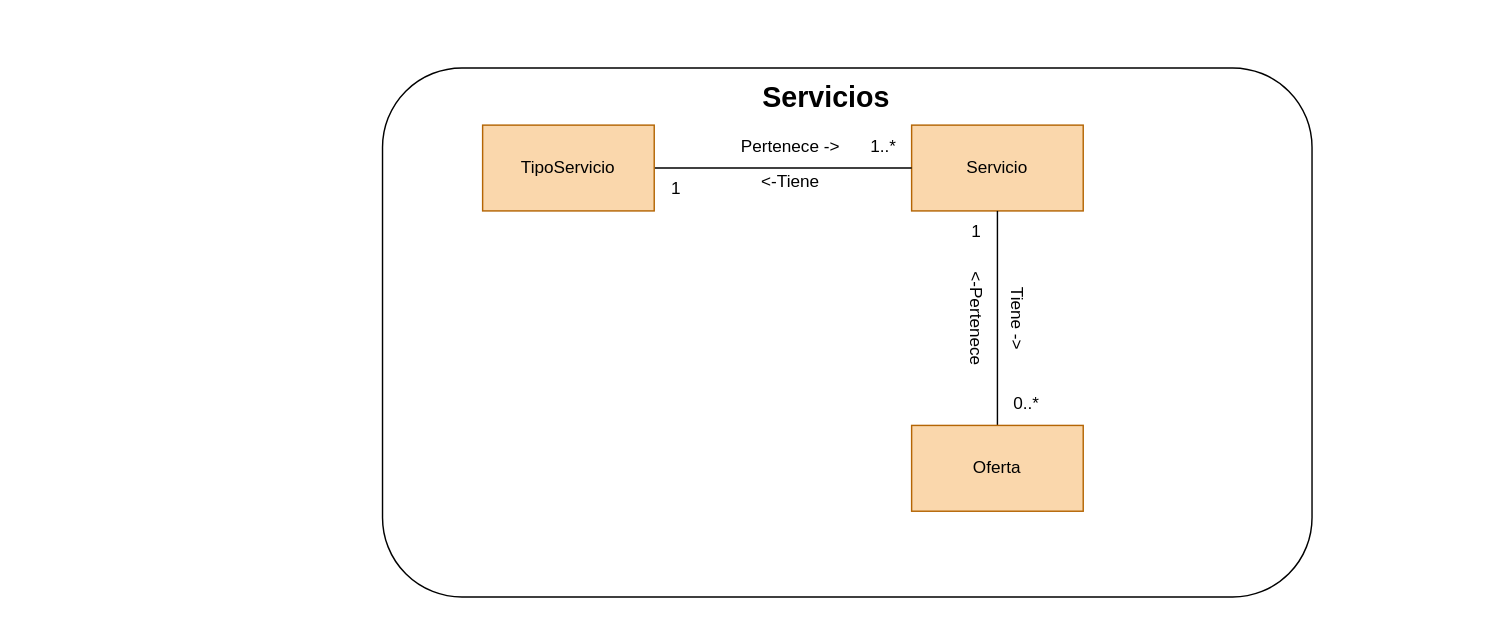
Before: page "4.5 Servicio-ModeloDominioAcotado" (8 of 14) of SpaOnline/ModeloDominioSpa.drawio in cristianospina/DOO, a draw.io diagram. Source tidied: cells renumbered, new cells numbered last; positions are measured from the earlier drawing's top-left corner, leaving out a move shared by most shapes. Both pictures are drawn from the tidied source at 143%, with x=0, y=0 at pixel (382, 67).
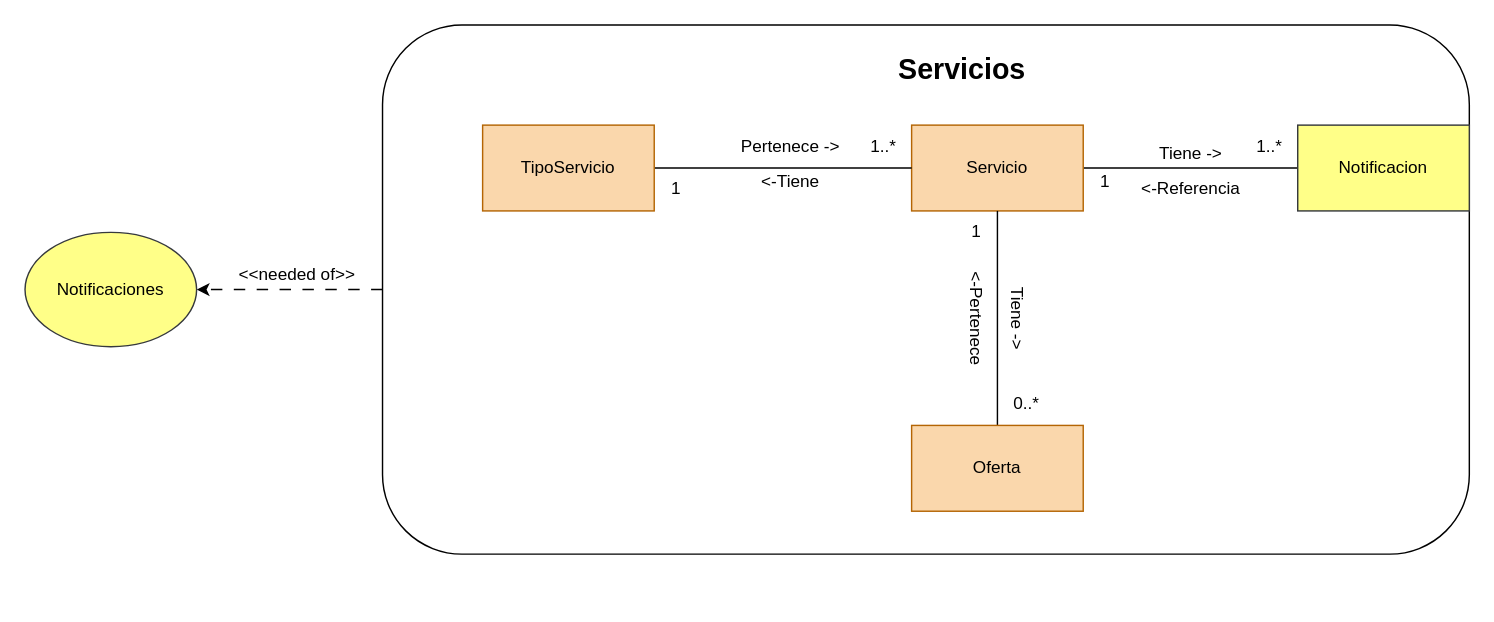
The same diagram, later.

Unchanged cells that the change refers to:
```xml
<mxCell id="3" value="Servicio" style="rounded=0;whiteSpace=wrap;html=1;fillColor=#fad7ac;strokeColor=#b46504;" parent="1" vertex="1">
  <mxGeometry x="370" y="40" width="120" height="60" as="geometry" />
</mxCell>
```

The edit, as a diff of the source:
```diff
@@
+    <mxCell id="17" style="edgeStyle=orthogonalEdgeStyle;rounded=0;jettySize=auto;html=1;dashed=1;dashPattern=8 8;" parent="1" edge="1" source="2" target="19">
+      <mxGeometry relative="1" as="geometry" />
+    </mxCell>
     <mxCell id="2" style="rounded=1;whiteSpace=wrap;html=1;" parent="1" vertex="1">
-      <mxGeometry width="650" height="370" as="geometry" />
+      <mxGeometry y="-30" width="760" height="370" as="geometry" />
     </mxCell>
+    <mxCell id="18" style="edgeStyle=orthogonalEdgeStyle;rounded=0;jettySize=auto;html=1;endArrow=none;endFill=0;" parent="1" edge="1" source="3" target="21">
+      <mxGeometry relative="1" as="geometry" />
+    </mxCell>
@@
     <mxCell id="16" value="&lt;span style=&quot;font-size: 20px;&quot;&gt;&lt;b&gt;Servicios&lt;/b&gt;&lt;/span&gt;" style="text;html=1;align=center;verticalAlign=middle;strokeColor=none;fillColor=none;" parent="1" vertex="1">
-      <mxGeometry x="255" width="110" height="40" as="geometry" />
+      <mxGeometry x="350" y="-20" width="110" height="40" as="geometry" />
     </mxCell>
+    <mxCell id="19" value="Notificaciones" style="ellipse;whiteSpace=wrap;html=1;fillColor=#ffff88;strokeColor=#36393d;" parent="1" vertex="1">
+      <mxGeometry x="-250" y="115" width="120" height="80" as="geometry" />
+    </mxCell>
+    <mxCell id="20" value="&amp;lt;&amp;lt;needed of&amp;gt;&amp;gt;" style="text;html=1;align=center;verticalAlign=middle;strokeColor=none;fillColor=none;" parent="1" vertex="1">
+      <mxGeometry x="-110" y="130" width="100" height="30" as="geometry" />
+    </mxCell>
+    <mxCell id="21" value="Notificacion" style="rounded=0;whiteSpace=wrap;html=1;fillColor=#ffff88;strokeColor=#36393d;" parent="1" vertex="1">
+      <mxGeometry x="640" y="40" width="120" height="60" as="geometry" />
+    </mxCell>
+    <mxCell id="22" value="Tiene -&amp;gt;" style="text;html=1;align=center;verticalAlign=middle;fillColor=none;" parent="1" vertex="1">
+      <mxGeometry x="530" y="45" width="70" height="30" as="geometry" />
+    </mxCell>
+    <mxCell id="23" value="&amp;lt;-Referencia" style="text;html=1;align=center;verticalAlign=middle;fillColor=none;" parent="1" vertex="1">
+      <mxGeometry x="520" y="70" width="90" height="30" as="geometry" />
+    </mxCell>
+    <mxCell id="24" value="1" style="text;html=1;align=center;verticalAlign=middle;strokeColor=none;fillColor=none;" parent="1" vertex="1">
+      <mxGeometry x="490" y="65" width="30" height="30" as="geometry" />
+    </mxCell>
+    <mxCell id="25" value="1..*" style="text;html=1;align=center;verticalAlign=middle;strokeColor=none;fillColor=none;" parent="1" vertex="1">
+      <mxGeometry x="600" y="40" width="40" height="30" as="geometry" />
+    </mxCell>
```
